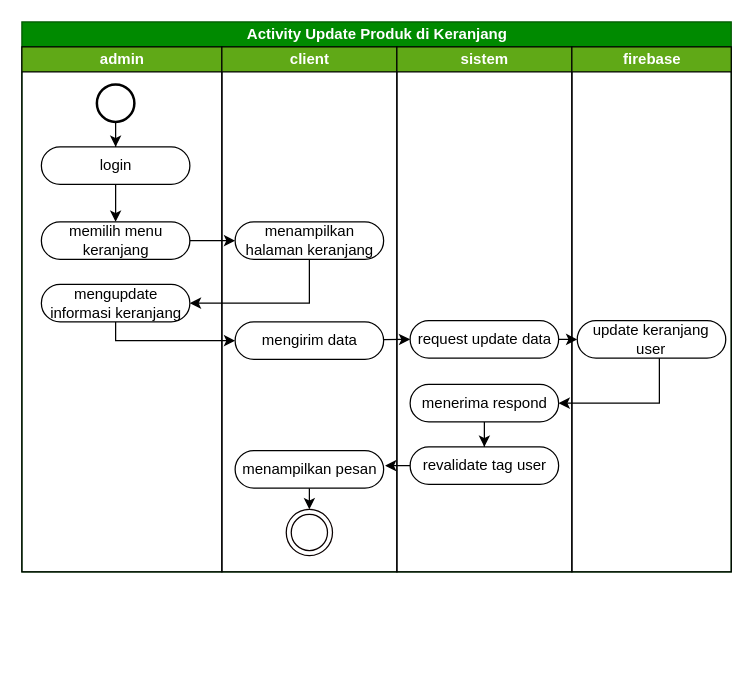
The draw.io diagram page "activit update keranjang" (38 of 43) of skrpsian.drawio in ThikerXCX/umltoko, before the edit. Source tidied: cells renumbered, new cells numbered last; positions are measured from the earlier drawing's top-left corner, leaving out a move shared by most shapes. Both pictures are drawn from the tidied source at 125%, with x=0, y=0 at pixel (21, 21).
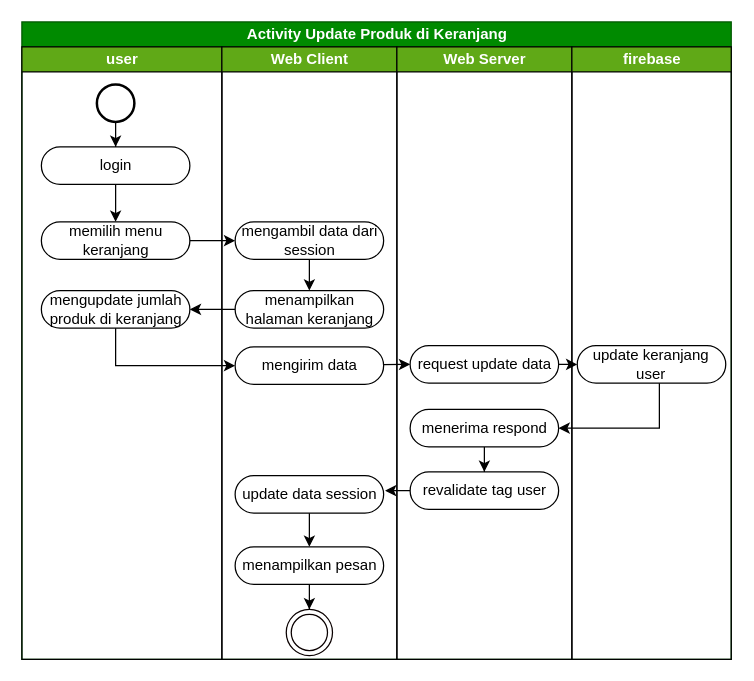
Above is the later version.

What changed in the source:
```diff
@@
     <mxCell id="2" value="Activity Update Produk di Keranjang" style="swimlane;startSize=20;html=1;fillColor=#008a00;fontColor=#ffffff;strokeColor=#005700;" parent="1" vertex="1">
-      <mxGeometry width="567.5" height="440" as="geometry" />
+      <mxGeometry width="567.5" height="510" as="geometry" />
     </mxCell>
-    <mxCell id="3" value="admin" style="swimlane;startSize=20;html=1;fillColor=#60a917;fontColor=#ffffff;strokeColor=#000000;" parent="2" vertex="1">
-      <mxGeometry y="20" width="160" height="420" as="geometry" />
+    <mxCell id="3" value="user" style="swimlane;startSize=20;html=1;fillColor=#60a917;fontColor=#ffffff;strokeColor=#000000;" parent="2" vertex="1">
+      <mxGeometry y="20" width="160" height="490" as="geometry" />
     </mxCell>
@@
-    <mxCell id="9" value="mengupdate informasi keranjang" style="rounded=1;whiteSpace=wrap;html=1;arcSize=50;fillColor=none;" parent="3" vertex="1">
-      <mxGeometry x="15.6" y="190" width="118.8" height="30" as="geometry" />
+    <mxCell id="9" value="mengupdate jumlah produk di keranjang" style="rounded=1;whiteSpace=wrap;html=1;arcSize=50;fillColor=none;" parent="3" vertex="1">
+      <mxGeometry x="15.6" y="195" width="118.8" height="30" as="geometry" />
     </mxCell>
-    <mxCell id="10" value="client" style="swimlane;startSize=20;html=1;fillColor=#60a917;fontColor=#ffffff;strokeColor=#000000;" parent="2" vertex="1">
-      <mxGeometry x="160" y="20" width="140" height="420" as="geometry" />
+    <mxCell id="10" value="Web Client" style="swimlane;startSize=20;html=1;fillColor=#60a917;fontColor=#ffffff;strokeColor=#000000;" parent="2" vertex="1">
+      <mxGeometry x="160" y="20" width="140" height="490" as="geometry" />
     </mxCell>
+    <mxCell id="30" style="edgeStyle=orthogonalEdgeStyle;rounded=0;jettySize=auto;html=1;entryX=0.5;entryY=0;entryDx=0;entryDy=0;" parent="10" edge="1" source="11" target="32">
+      <mxGeometry relative="1" as="geometry" />
+    </mxCell>
-    <mxCell id="11" value="menampilkan halaman keranjang" style="rounded=1;whiteSpace=wrap;html=1;arcSize=50;fillColor=none;" parent="10" vertex="1">
+    <mxCell id="11" value="mengambil data dari session" style="rounded=1;whiteSpace=wrap;html=1;arcSize=50;fillColor=none;" parent="10" vertex="1">
       <mxGeometry x="10.6" y="140" width="118.8" height="30" as="geometry" />
     </mxCell>
-    <mxCell id="12" style="rounded=0;jettySize=auto;html=1;exitX=0.5;exitY=1;exitDx=0;exitDy=0;" parent="10" edge="1" source="15" target="13">
-      <mxGeometry relative="1" as="geometry" />
-    </mxCell>
     <mxCell id="13" style="ellipse;html=1;shape=endState;fillColor=none;strokeColor=#0A0000;" parent="10" vertex="1">
-      <mxGeometry x="51.5" y="370" width="37" height="37" as="geometry" />
+      <mxGeometry x="51.5" y="450" width="37" height="37" as="geometry" />
     </mxCell>
     <mxCell id="14" value="mengirim data" style="rounded=1;whiteSpace=wrap;html=1;arcSize=50;fillColor=none;" parent="10" vertex="1">
-      <mxGeometry x="10.6" y="220" width="118.8" height="30" as="geometry" />
+      <mxGeometry x="10.6" y="240" width="118.8" height="30" as="geometry" />
     </mxCell>
+    <mxCell id="31" style="edgeStyle=orthogonalEdgeStyle;rounded=0;jettySize=auto;html=1;" parent="10" edge="1" source="15" target="34">
+      <mxGeometry relative="1" as="geometry" />
+    </mxCell>
-    <mxCell id="15" value="menampilkan pesan" style="rounded=1;whiteSpace=wrap;html=1;arcSize=50;fillColor=none;" parent="10" vertex="1">
-      <mxGeometry x="10.6" y="323" width="118.8" height="30" as="geometry" />
+    <mxCell id="15" value="update data session" style="rounded=1;whiteSpace=wrap;html=1;arcSize=50;fillColor=none;" parent="10" vertex="1">
+      <mxGeometry x="10.6" y="343" width="118.8" height="30" as="geometry" />
     </mxCell>
+    <mxCell id="32" value="menampilkan halaman keranjang" style="rounded=1;whiteSpace=wrap;html=1;arcSize=50;fillColor=none;" parent="10" vertex="1">
+      <mxGeometry x="10.6" y="195" width="118.8" height="30" as="geometry" />
+    </mxCell>
+    <mxCell id="33" style="edgeStyle=orthogonalEdgeStyle;rounded=0;jettySize=auto;html=1;" parent="10" edge="1" source="34" target="13">
+      <mxGeometry relative="1" as="geometry" />
+    </mxCell>
+    <mxCell id="34" value="menampilkan pesan" style="rounded=1;whiteSpace=wrap;html=1;arcSize=50;fillColor=none;" parent="10" vertex="1">
+      <mxGeometry x="10.6" y="400" width="118.8" height="30" as="geometry" />
+    </mxCell>
-    <mxCell id="16" value="sistem" style="swimlane;startSize=20;html=1;fillColor=#60a917;fontColor=#ffffff;strokeColor=#000000;" parent="2" vertex="1">
-      <mxGeometry x="300" y="20" width="140" height="420" as="geometry" />
+    <mxCell id="16" value="Web Server" style="swimlane;startSize=20;html=1;fillColor=#60a917;fontColor=#ffffff;strokeColor=#000000;" parent="2" vertex="1">
+      <mxGeometry x="300" y="20" width="140" height="490" as="geometry" />
     </mxCell>
     <mxCell id="17" value="request update data" style="rounded=1;whiteSpace=wrap;html=1;arcSize=50;fillColor=none;" parent="16" vertex="1">
-      <mxGeometry x="10.6" y="219" width="118.8" height="30" as="geometry" />
+      <mxGeometry x="10.6" y="239" width="118.8" height="30" as="geometry" />
     </mxCell>
@@
     <mxCell id="19" value="menerima respond" style="rounded=1;whiteSpace=wrap;html=1;arcSize=50;fillColor=none;" parent="16" vertex="1">
-      <mxGeometry x="10.6" y="270" width="118.8" height="30" as="geometry" />
+      <mxGeometry x="10.6" y="290" width="118.8" height="30" as="geometry" />
     </mxCell>
     <mxCell id="20" value="revalidate tag user" style="rounded=1;whiteSpace=wrap;html=1;arcSize=50;fillColor=none;" parent="16" vertex="1">
-      <mxGeometry x="10.6" y="320" width="118.8" height="30" as="geometry" />
+      <mxGeometry x="10.6" y="340" width="118.8" height="30" as="geometry" />
     </mxCell>
     <mxCell id="21" value="firebase" style="swimlane;startSize=20;html=1;fillColor=#60a917;fontColor=#ffffff;strokeColor=#000000;" parent="2" vertex="1">
-      <mxGeometry x="440" y="20" width="127.5" height="420" as="geometry" />
+      <mxGeometry x="440" y="20" width="127.5" height="490" as="geometry" />
     </mxCell>
     <mxCell id="22" value="update keranjang user" style="rounded=1;whiteSpace=wrap;html=1;arcSize=50;fillColor=none;" parent="21" vertex="1">
-      <mxGeometry x="4.3" y="219" width="118.8" height="30" as="geometry" />
+      <mxGeometry x="4.3" y="239" width="118.8" height="30" as="geometry" />
     </mxCell>
@@
-    <mxCell id="24" style="edgeStyle=orthogonalEdgeStyle;rounded=0;jettySize=auto;html=1;entryX=1;entryY=0.5;entryDx=0;entryDy=0;" parent="2" edge="1" source="11" target="9">
-      <mxGeometry relative="1" as="geometry">
-        <Array as="points">
-          <mxPoint x="230" y="225" />
-        </Array>
-      </mxGeometry>
-    </mxCell>
     <mxCell id="25" style="edgeStyle=orthogonalEdgeStyle;rounded=0;jettySize=auto;html=1;entryX=0;entryY=0.5;entryDx=0;entryDy=0;" parent="2" edge="1" source="9" target="14">
       <mxGeometry relative="1" as="geometry">
         <Array as="points">
-          <mxPoint x="75" y="255" />
+          <mxPoint x="75" y="275" />
         </Array>
       </mxGeometry>
     </mxCell>
@@
     <mxCell id="27" style="edgeStyle=orthogonalEdgeStyle;rounded=0;jettySize=auto;html=1;entryX=1;entryY=0.5;entryDx=0;entryDy=0;" parent="2" edge="1" source="22" target="19">
       <mxGeometry relative="1" as="geometry">
         <Array as="points">
-          <mxPoint x="510" y="305" />
+          <mxPoint x="510" y="325" />
         </Array>
       </mxGeometry>
     </mxCell>
@@
+    <mxCell id="35" style="edgeStyle=orthogonalEdgeStyle;rounded=0;jettySize=auto;html=1;" parent="2" edge="1" source="32" target="9">
+      <mxGeometry relative="1" as="geometry" />
+    </mxCell>
```
